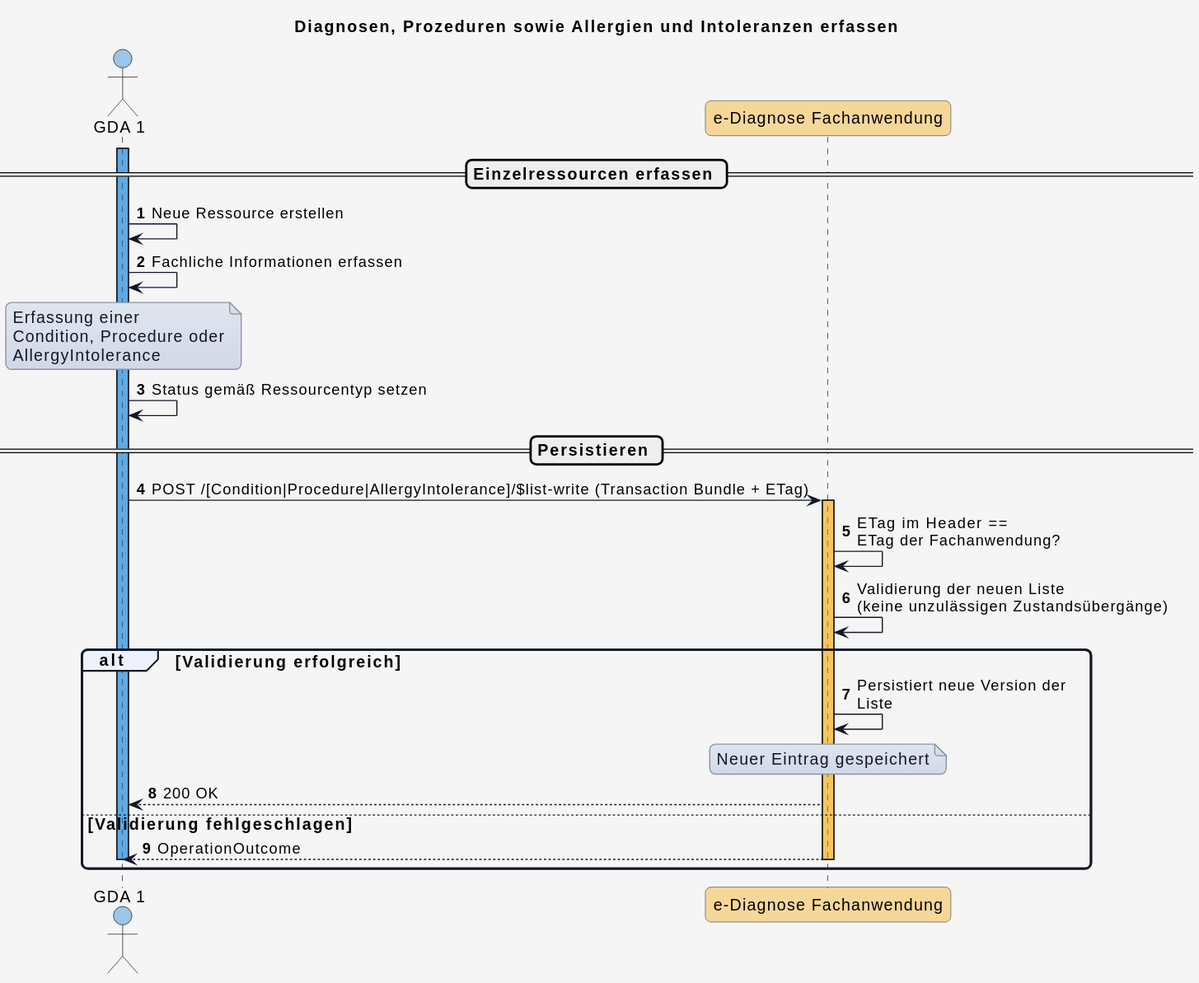
Earlier version of the PlantUML export input/images/plantuml/diagram_uc_06_09.svg (HL7Austria/ELGA-e-Diagnose-R4).
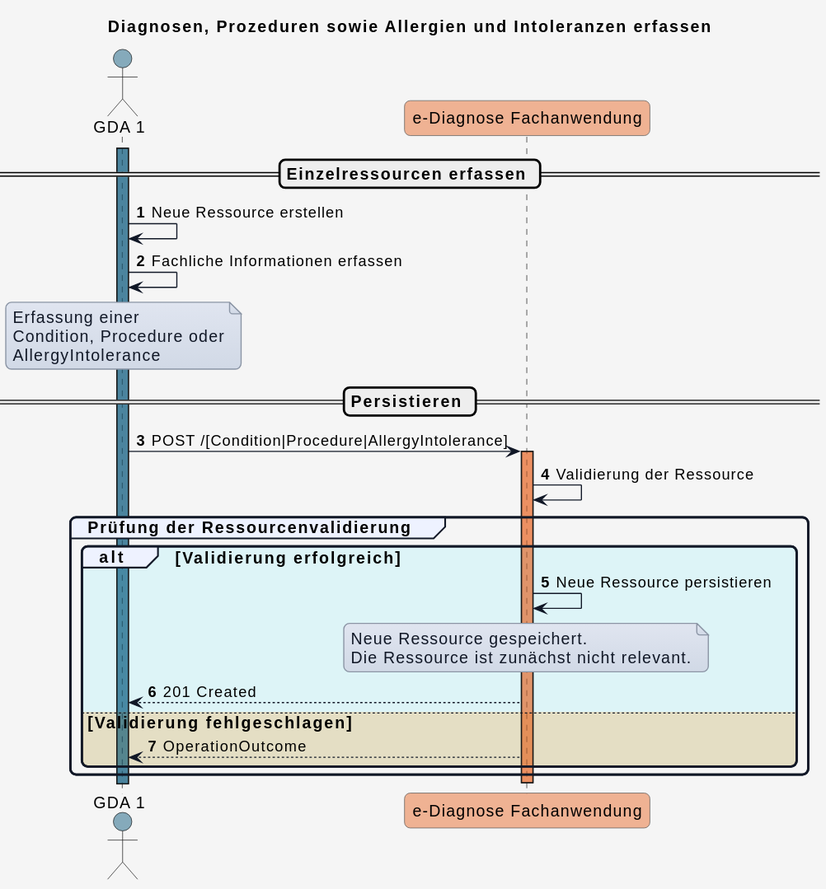
Above is the later version.

Change to the diagram source:
```diff
@@ -38,12 +38,11 @@
   GroupBorderThickness 2
 }
 
-!define COLOR_GDA_1    #0078D460
-!define COLOR_GDA_2    #8764B860
-!define COLOR_PATIENT  #00950560
-!define COLOR_APO      #00B7C360
-!define COLOR_DIAG_FA  #f5a40360
-!define COLOR_E_REZEPT #E7485660
+!define COLOR_GDA_1    #15608280
+!define COLOR_GDA_2    #96607D80
+!define COLOR_PATIENT  #196B2480
+!define COLOR_DIAG_FA  #E9713280
+
 
 !define COLOR_OK       #50E6FF25
 !define COLOR_ERROR    #FF8C0035
@@ -59,35 +58,41 @@
 GDA_1 -> GDA_1 : Neue Ressource erstellen
 GDA_1 -> GDA_1 : Fachliche Informationen erfassen
 
+
 note over GDA_1
 Erfassung einer
 Condition, Procedure oder
 AllergyIntolerance
 end note
 
-GDA_1 -> GDA_1 : Status gemäß Ressourcentyp setzen
-
 == Persistieren ==
 
-GDA_1 -> eDiag_FA: POST /[Condition|Procedure|AllergyIntolerance]/$list-write (Transaction Bundle + ETag)
+GDA_1 -> eDiag_FA: POST /[Condition|Procedure|AllergyIntolerance]
 
 activate eDiag_FA COLOR_DIAG_FA
-eDiag_FA -> eDiag_FA: ETag im Header ==\nETag der Fachanwendung?
-eDiag_FA -> eDiag_FA: Validierung der neuen Liste\n(keine unzulässigen Zustandsübergänge)
 
-alt Validierung erfolgreich
-  eDiag_FA -> eDiag_FA: Persistiert neue Version der\nListe
+eDiag_FA -> eDiag_FA: Validierung der Ressource
 
-  note over eDiag_FA
-  Neuer Eintrag gespeichert
-  end note
+group Prüfung der Ressourcenvalidierung
 
-  eDiag_FA --> GDA_1: 200 OK
+    alt COLOR_OK Validierung erfolgreich
 
-else Validierung fehlgeschlagen
+        eDiag_FA -> eDiag_FA: Neue Ressource persistieren
 
-  eDiag_FA --> GDA_1: OperationOutcome
-  deactivate GDA_1
-  deactivate eDiag_FA
+        note over eDiag_FA
+        Neue Ressource gespeichert.
+        Die Ressource ist zunächst nicht relevant.
+        end note
+
+        eDiag_FA --> GDA_1: 201 Created
+
+    else COLOR_ERROR Validierung fehlgeschlagen
+
+        eDiag_FA --> GDA_1: OperationOutcome
+
+    end
+
 end
+
+deactivate eDiag_FA
 @enduml
```
